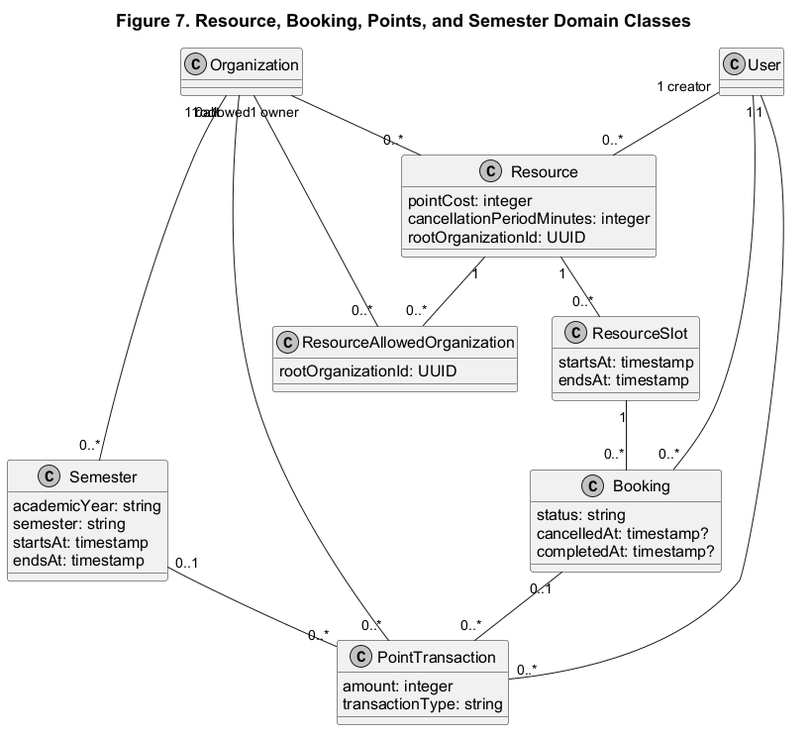
Before: design-diagrams-2-plantuml/C/png/15-domain-class-booking.png, a diagram exported from PlantUML (resourcehive-team/resourcehive).
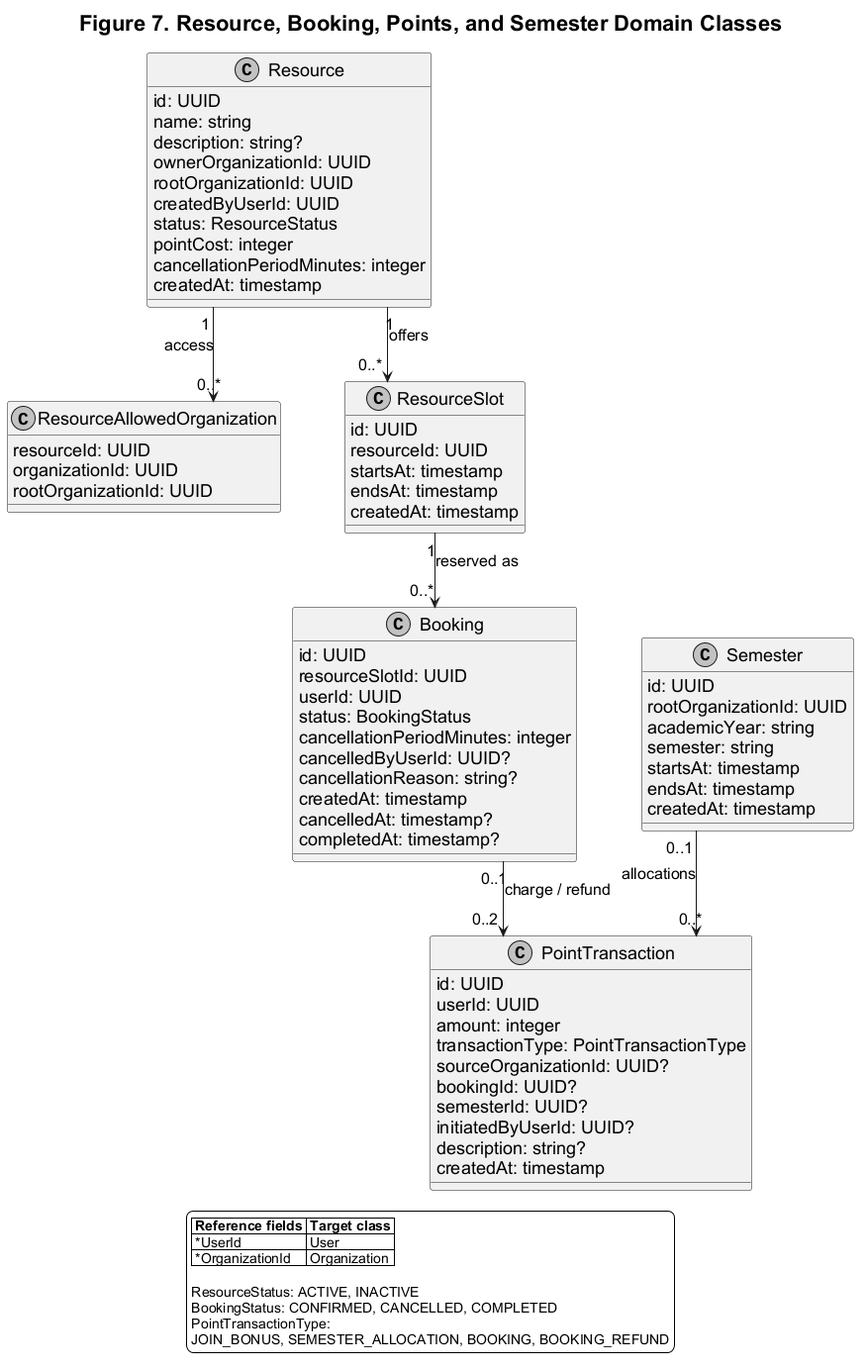
After the change.

Commit message:
Add architecture document for ResourceHive in PDF format

The edit, as a diff of the source:
```diff
@@ -1,61 +1,100 @@
 @startuml
 title Figure 7. Resource, Booking, Points, and Semester Domain Classes
+
+top to bottom direction
 
 skinparam monochrome true
 skinparam backgroundColor white
 skinparam defaultFontName Arial
-skinparam defaultFontSize 16
-skinparam ArrowFontSize 14
-skinparam TitleFontSize 18
+skinparam defaultFontSize 18
+skinparam ArrowFontSize 16
+skinparam TitleFontSize 22
+skinparam classAttributeIconSize 0
 skinparam shadowing false
-
-class Organization
-class User
+skinparam linetype ortho
+skinparam nodesep 65
+skinparam ranksep 75
 
 class Resource {
+  id: UUID
+  name: string
+  description: string?
+  ownerOrganizationId: UUID
+  rootOrganizationId: UUID
+  createdByUserId: UUID
+  status: ResourceStatus
   pointCost: integer
   cancellationPeriodMinutes: integer
-  rootOrganizationId: UUID
+  createdAt: timestamp
 }
 
 class ResourceAllowedOrganization {
+  resourceId: UUID
+  organizationId: UUID
   rootOrganizationId: UUID
 }
 
 class ResourceSlot {
+  id: UUID
+  resourceId: UUID
   startsAt: timestamp
   endsAt: timestamp
+  createdAt: timestamp
 }
 
 class Booking {
-  status: string
+  id: UUID
+  resourceSlotId: UUID
+  userId: UUID
+  status: BookingStatus
+  cancellationPeriodMinutes: integer
+  cancelledByUserId: UUID?
+  cancellationReason: string?
+  createdAt: timestamp
   cancelledAt: timestamp?
   completedAt: timestamp?
 }
 
 class PointTransaction {
+  id: UUID
+  userId: UUID
   amount: integer
-  transactionType: string
+  transactionType: PointTransactionType
+  sourceOrganizationId: UUID?
+  bookingId: UUID?
+  semesterId: UUID?
+  initiatedByUserId: UUID?
+  description: string?
+  createdAt: timestamp
 }
 
 class Semester {
+  id: UUID
+  rootOrganizationId: UUID
   academicYear: string
   semester: string
   startsAt: timestamp
   endsAt: timestamp
+  createdAt: timestamp
 }
 
-Organization "1 owner" -- "0..*" Resource
-User "1 creator" -- "0..*" Resource
-Resource "1" -- "0..*" ResourceAllowedOrganization
-Organization "1 allowed" -- "0..*" ResourceAllowedOrganization
-Resource "1" -- "0..*" ResourceSlot
-ResourceSlot "1" -- "0..*" Booking
-User "1" -- "0..*" Booking
+Resource "1" --> "0..*" ResourceAllowedOrganization : access
+Resource "1" --> "0..*" ResourceSlot : offers
+ResourceSlot "1" --> "0..*" Booking : reserved as
+Booking "0..1" --> "0..2" PointTransaction : charge / refund
+Semester "0..1" --> "0..*" PointTransaction : allocations
 
-User "1" -- "0..*" PointTransaction
-Booking "0..1" -- "0..*" PointTransaction
-Organization "0..1" -- "0..*" PointTransaction
-Semester "0..1" -- "0..*" PointTransaction
-Organization "1 root" -- "0..*" Semester
+ResourceAllowedOrganization -[hidden]right-> ResourceSlot
+Booking -[hidden]right-> Semester
+
+legend bottom
+  |= Reference fields |= Target class |
+  | *UserId | User |
+  | *OrganizationId | Organization |
+
+  ResourceStatus: ACTIVE, INACTIVE
+  BookingStatus: CONFIRMED, CANCELLED, COMPLETED
+  PointTransactionType:
+  JOIN_BONUS, SEMESTER_ALLOCATION, BOOKING, BOOKING_REFUND
+endlegend
 @enduml
```
